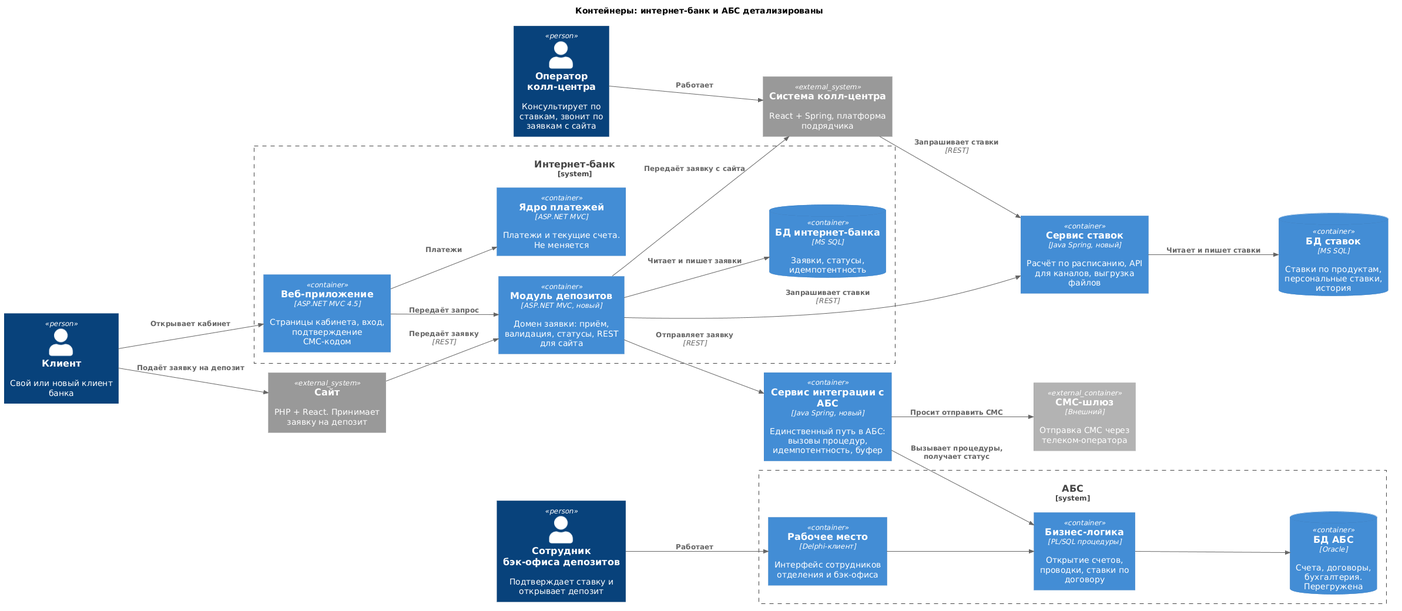
navartis/s3-architecture-pro-standart keeps this PlantUML diagram as Task3/c4-containers.png. Above is the earlier version.
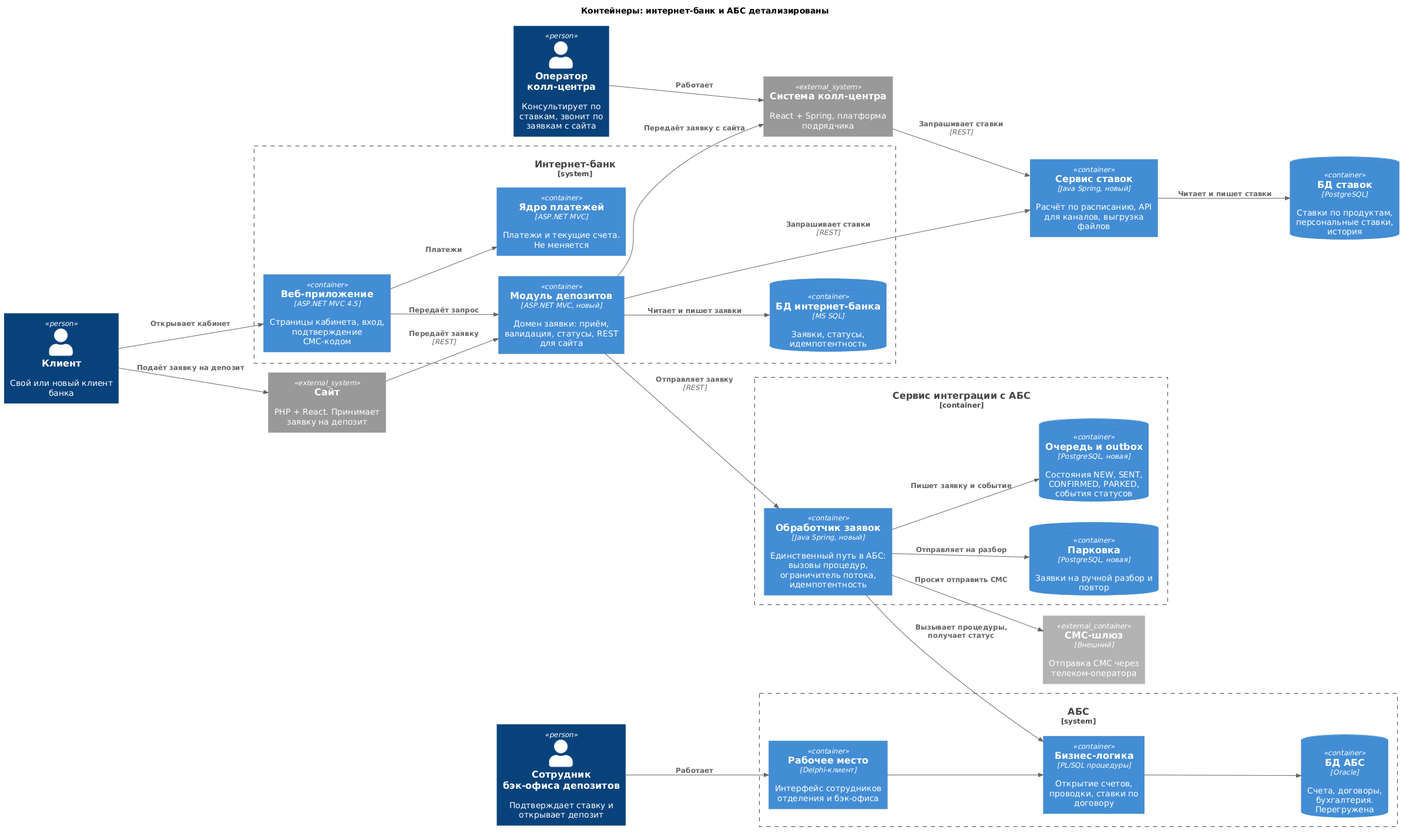
After the commit.

The edit, as a diff of the source:
```diff
@@ -21,9 +21,14 @@
   ContainerDb(abs_db, "БД АБС", "Oracle", "Счета, договоры, бухгалтерия. Перегружена")
 }
 
-Container(int, "Сервис интеграции с АБС", "Java Spring, новый", "Единственный путь в АБС: вызовы процедур, идемпотентность, буфер")
+Container_Boundary(int_b, "Сервис интеграции с АБС") {
+  Container(int, "Обработчик заявок", "Java Spring, новый", "Единственный путь в АБС: вызовы процедур, ограничитель потока, идемпотентность")
+  ContainerDb(outbox, "Очередь и outbox", "PostgreSQL, новая", "Состояния NEW, SENT, CONFIRMED, PARKED, события статусов")
+  ContainerDb(parking, "Парковка", "PostgreSQL, новая", "Заявки на ручной разбор и повтор")
+}
+
 Container(rate, "Сервис ставок", "Java Spring, новый", "Расчёт по расписанию, API для каналов, выгрузка файлов")
-ContainerDb(ratedb, "БД ставок", "MS SQL", "Ставки по продуктам, персональные ставки, история")
+ContainerDb(ratedb, "БД ставок", "PostgreSQL", "Ставки по продуктам, персональные ставки, история")
 
 System_Ext(site, "Сайт", "PHP + React. Принимает заявку на депозит")
 System_Ext(cc, "Система колл-центра", "React + Spring, платформа подрядчика")
@@ -40,6 +45,8 @@
 Rel(dep, dbib, "Читает и пишет заявки")
 Rel(dep, rate, "Запрашивает ставки", "REST")
 Rel(dep, int, "Отправляет заявку", "REST")
+Rel(int, outbox, "Пишет заявку и событие")
+Rel(int, parking, "Отправляет на разбор")
 Rel(int, abs_logic, "Вызывает процедуры, получает статус")
 Rel(int, sms, "Просит отправить СМС")
 Rel(rate, ratedb, "Читает и пишет ставки")
```
